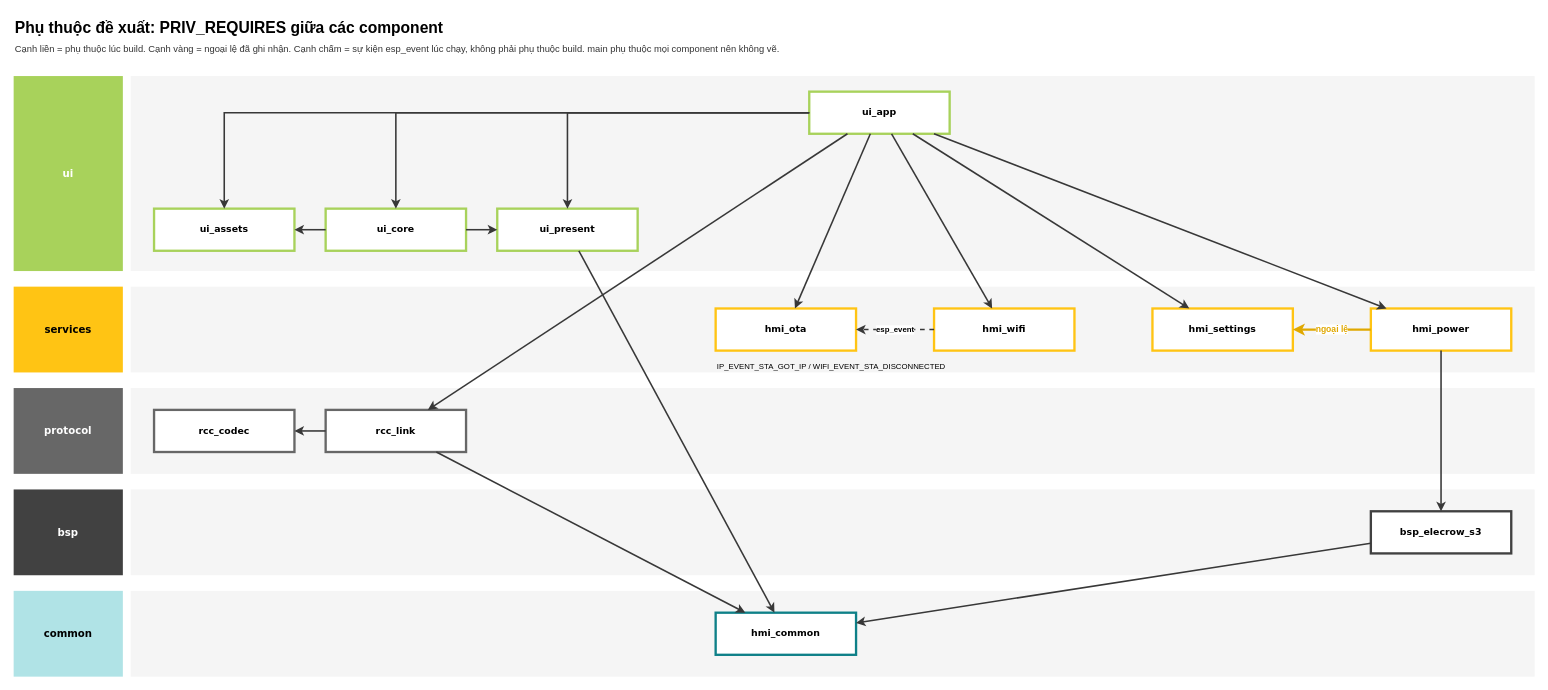
The draw.io diagram page "HMI FW 2b - Phụ thuộc đề xuất" (3 of 5) of assets/diagram.drawio in whoisLePhuc/Robot-Charge-Controller-HMI, before the edit. Source tidied: cells renumbered, new cells numbered last; positions are measured from the earlier drawing's top-left corner, leaving out a move shared by most shapes. Both pictures are drawn from the tidied source at 78%, with x=0, y=0 at pixel (13, 13).
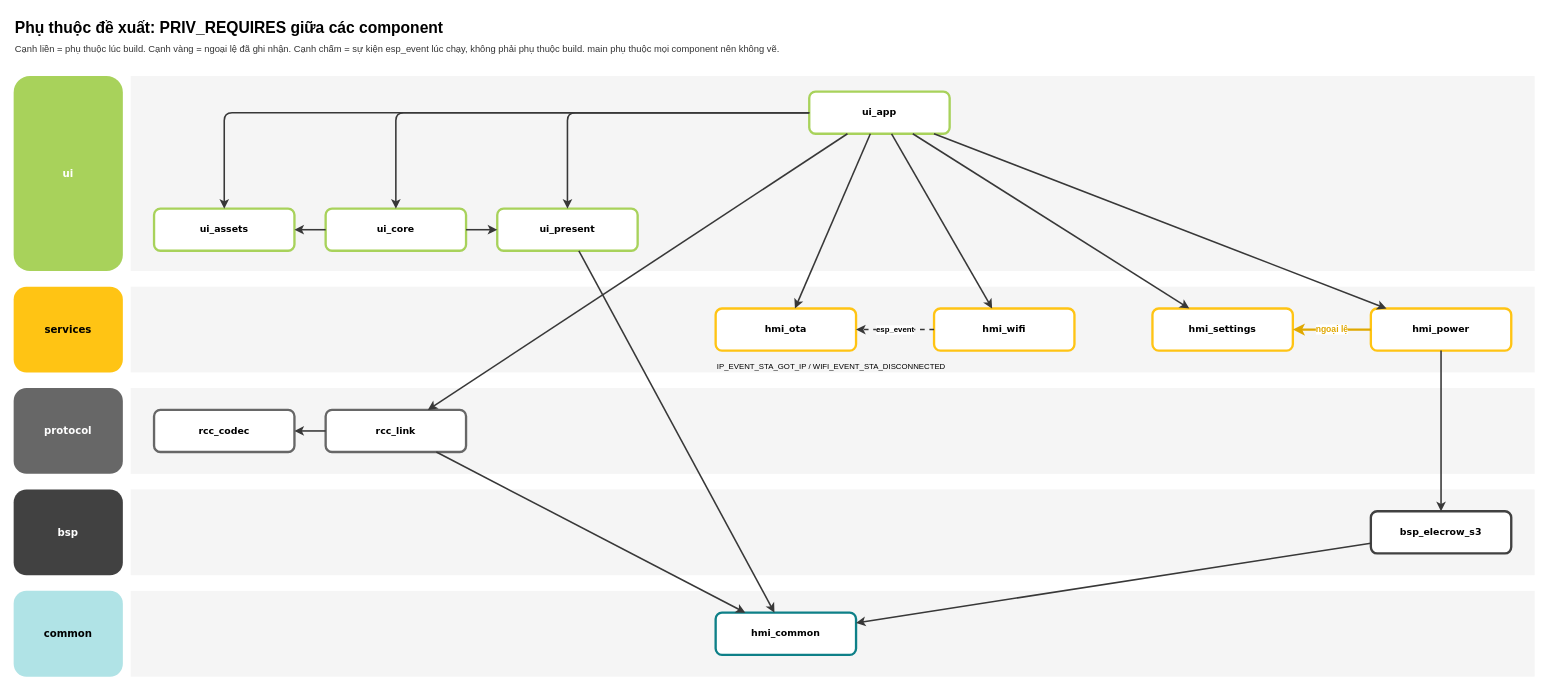
After the change.

The edit, as a diff of the source:
```diff
@@
-    <mxCell id="4" value="ui" style="rounded=0;whiteSpace=wrap;html=1;fillColor=light-dark(#a8d25b, #ededed);strokeColor=none;fontStyle=1;fontColor=light-dark(#ffffff, #ededed);fontFamily=Verdana;fontSize=13;" parent="1" vertex="1">
+    <mxCell id="4" value="ui" style="rounded=1;whiteSpace=wrap;html=1;fillColor=light-dark(#a8d25b, #ededed);strokeColor=none;fontStyle=1;fontColor=light-dark(#ffffff, #ededed);fontFamily=Verdana;fontSize=13;roundedPerimeter=1;" parent="1" vertex="1">
       <mxGeometry y="80" width="140" height="250" as="geometry" />
     </mxCell>
@@
-    <mxCell id="6" value="services" style="rounded=0;whiteSpace=wrap;html=1;fillColor=light-dark(#ffc414, #ededed);strokeColor=none;fontStyle=1;fontColor=light-dark(#000000, #ededed);fontFamily=Verdana;fontSize=13;" parent="1" vertex="1">
+    <mxCell id="6" value="services" style="rounded=1;whiteSpace=wrap;html=1;fillColor=light-dark(#ffc414, #ededed);strokeColor=none;fontStyle=1;fontColor=light-dark(#000000, #ededed);fontFamily=Verdana;fontSize=13;roundedPerimeter=1;" parent="1" vertex="1">
       <mxGeometry y="350" width="140" height="110" as="geometry" />
     </mxCell>
@@
-    <mxCell id="8" value="protocol" style="rounded=0;whiteSpace=wrap;html=1;fillColor=light-dark(#676767, #ededed);strokeColor=none;fontStyle=1;fontColor=light-dark(#ffffff, #ededed);fontFamily=Verdana;fontSize=13;" parent="1" vertex="1">
+    <mxCell id="8" value="protocol" style="rounded=1;whiteSpace=wrap;html=1;fillColor=light-dark(#676767, #ededed);strokeColor=none;fontStyle=1;fontColor=light-dark(#ffffff, #ededed);fontFamily=Verdana;fontSize=13;roundedPerimeter=1;" parent="1" vertex="1">
       <mxGeometry y="480" width="140" height="110" as="geometry" />
     </mxCell>
@@
-    <mxCell id="10" value="bsp" style="rounded=0;whiteSpace=wrap;html=1;fillColor=light-dark(#414141, #ededed);strokeColor=none;fontStyle=1;fontColor=light-dark(#ffffff, #ededed);fontFamily=Verdana;fontSize=13;" parent="1" vertex="1">
+    <mxCell id="10" value="bsp" style="rounded=1;whiteSpace=wrap;html=1;fillColor=light-dark(#414141, #ededed);strokeColor=none;fontStyle=1;fontColor=light-dark(#ffffff, #ededed);fontFamily=Verdana;fontSize=13;roundedPerimeter=1;" parent="1" vertex="1">
       <mxGeometry y="610" width="140" height="110" as="geometry" />
     </mxCell>
@@
-    <mxCell id="12" value="common" style="rounded=0;whiteSpace=wrap;html=1;fillColor=light-dark(#b0e3e6, #ededed);strokeColor=none;fontStyle=1;fontColor=light-dark(#000000, #ededed);fontFamily=Verdana;fontSize=13;" parent="1" vertex="1">
+    <mxCell id="12" value="common" style="rounded=1;whiteSpace=wrap;html=1;fillColor=light-dark(#b0e3e6, #ededed);strokeColor=none;fontStyle=1;fontColor=light-dark(#000000, #ededed);fontFamily=Verdana;fontSize=13;roundedPerimeter=1;" parent="1" vertex="1">
       <mxGeometry y="740" width="140" height="110" as="geometry" />
     </mxCell>
@@
-    <mxCell id="14" value="ui_app" style="rounded=0;whiteSpace=wrap;html=1;fillColor=default;strokeColor=#A8D25B;fontStyle=1;fontColor=light-dark(#000000,#EDEDED);fontFamily=Verdana;strokeWidth=3;fontSize=12;" parent="1" vertex="1">
+    <mxCell id="14" value="ui_app" style="rounded=1;whiteSpace=wrap;html=1;fillColor=default;strokeColor=#A8D25B;fontStyle=1;fontColor=light-dark(#000000,#EDEDED);fontFamily=Verdana;strokeWidth=3;fontSize=12;roundedPerimeter=1;" parent="1" vertex="1">
       <mxGeometry x="1020" y="100" width="180" height="54" as="geometry" />
     </mxCell>
-    <mxCell id="15" value="ui_assets" style="rounded=0;whiteSpace=wrap;html=1;fillColor=default;strokeColor=#A8D25B;fontStyle=1;fontColor=light-dark(#000000,#EDEDED);fontFamily=Verdana;strokeWidth=3;fontSize=12;" parent="1" vertex="1">
+    <mxCell id="15" value="ui_assets" style="rounded=1;whiteSpace=wrap;html=1;fillColor=default;strokeColor=#A8D25B;fontStyle=1;fontColor=light-dark(#000000,#EDEDED);fontFamily=Verdana;strokeWidth=3;fontSize=12;roundedPerimeter=1;" parent="1" vertex="1">
       <mxGeometry x="180" y="250" width="180" height="54" as="geometry" />
     </mxCell>
-    <mxCell id="16" value="ui_core" style="rounded=0;whiteSpace=wrap;html=1;fillColor=default;strokeColor=#A8D25B;fontStyle=1;fontColor=light-dark(#000000,#EDEDED);fontFamily=Verdana;strokeWidth=3;fontSize=12;" parent="1" vertex="1">
+    <mxCell id="16" value="ui_core" style="rounded=1;whiteSpace=wrap;html=1;fillColor=default;strokeColor=#A8D25B;fontStyle=1;fontColor=light-dark(#000000,#EDEDED);fontFamily=Verdana;strokeWidth=3;fontSize=12;roundedPerimeter=1;" parent="1" vertex="1">
       <mxGeometry x="400" y="250" width="180" height="54" as="geometry" />
     </mxCell>
-    <mxCell id="17" value="ui_present" style="rounded=0;whiteSpace=wrap;html=1;fillColor=default;strokeColor=#A8D25B;fontStyle=1;fontColor=light-dark(#000000,#EDEDED);fontFamily=Verdana;strokeWidth=3;fontSize=12;" parent="1" vertex="1">
+    <mxCell id="17" value="ui_present" style="rounded=1;whiteSpace=wrap;html=1;fillColor=default;strokeColor=#A8D25B;fontStyle=1;fontColor=light-dark(#000000,#EDEDED);fontFamily=Verdana;strokeWidth=3;fontSize=12;roundedPerimeter=1;" parent="1" vertex="1">
       <mxGeometry x="620" y="250" width="180" height="54" as="geometry" />
     </mxCell>
-    <mxCell id="18" value="hmi_ota" style="rounded=0;whiteSpace=wrap;html=1;fillColor=default;strokeColor=#ffc414;fontStyle=1;fontColor=light-dark(#000000,#EDEDED);fontFamily=Verdana;strokeWidth=3;fontSize=12;" parent="1" vertex="1">
+    <mxCell id="18" value="hmi_ota" style="rounded=1;whiteSpace=wrap;html=1;fillColor=default;strokeColor=#ffc414;fontStyle=1;fontColor=light-dark(#000000,#EDEDED);fontFamily=Verdana;strokeWidth=3;fontSize=12;roundedPerimeter=1;" parent="1" vertex="1">
       <mxGeometry x="900" y="378" width="180" height="54" as="geometry" />
     </mxCell>
-    <mxCell id="19" value="hmi_wifi" style="rounded=0;whiteSpace=wrap;html=1;fillColor=default;strokeColor=#ffc414;fontStyle=1;fontColor=light-dark(#000000,#EDEDED);fontFamily=Verdana;strokeWidth=3;fontSize=12;" parent="1" vertex="1">
+    <mxCell id="19" value="hmi_wifi" style="rounded=1;whiteSpace=wrap;html=1;fillColor=default;strokeColor=#ffc414;fontStyle=1;fontColor=light-dark(#000000,#EDEDED);fontFamily=Verdana;strokeWidth=3;fontSize=12;roundedPerimeter=1;" parent="1" vertex="1">
       <mxGeometry x="1180" y="378" width="180" height="54" as="geometry" />
     </mxCell>
-    <mxCell id="20" value="hmi_settings" style="rounded=0;whiteSpace=wrap;html=1;fillColor=default;strokeColor=#ffc414;fontStyle=1;fontColor=light-dark(#000000,#EDEDED);fontFamily=Verdana;strokeWidth=3;fontSize=12;" parent="1" vertex="1">
+    <mxCell id="20" value="hmi_settings" style="rounded=1;whiteSpace=wrap;html=1;fillColor=default;strokeColor=#ffc414;fontStyle=1;fontColor=light-dark(#000000,#EDEDED);fontFamily=Verdana;strokeWidth=3;fontSize=12;roundedPerimeter=1;" parent="1" vertex="1">
       <mxGeometry x="1460" y="378" width="180" height="54" as="geometry" />
     </mxCell>
-    <mxCell id="21" value="hmi_power" style="rounded=0;whiteSpace=wrap;html=1;fillColor=default;strokeColor=#ffc414;fontStyle=1;fontColor=light-dark(#000000,#EDEDED);fontFamily=Verdana;strokeWidth=3;fontSize=12;" parent="1" vertex="1">
+    <mxCell id="21" value="hmi_power" style="rounded=1;whiteSpace=wrap;html=1;fillColor=default;strokeColor=#ffc414;fontStyle=1;fontColor=light-dark(#000000,#EDEDED);fontFamily=Verdana;strokeWidth=3;fontSize=12;roundedPerimeter=1;" parent="1" vertex="1">
       <mxGeometry x="1740" y="378" width="180" height="54" as="geometry" />
     </mxCell>
-    <mxCell id="22" value="rcc_codec" style="rounded=0;whiteSpace=wrap;html=1;fillColor=default;strokeColor=#676767;fontStyle=1;fontColor=light-dark(#000000,#EDEDED);fontFamily=Verdana;strokeWidth=3;fontSize=12;" parent="1" vertex="1">
+    <mxCell id="22" value="rcc_codec" style="rounded=1;whiteSpace=wrap;html=1;fillColor=default;strokeColor=#676767;fontStyle=1;fontColor=light-dark(#000000,#EDEDED);fontFamily=Verdana;strokeWidth=3;fontSize=12;roundedPerimeter=1;" parent="1" vertex="1">
       <mxGeometry x="180" y="508" width="180" height="54" as="geometry" />
     </mxCell>
-    <mxCell id="23" value="rcc_link" style="rounded=0;whiteSpace=wrap;html=1;fillColor=default;strokeColor=#676767;fontStyle=1;fontColor=light-dark(#000000,#EDEDED);fontFamily=Verdana;strokeWidth=3;fontSize=12;" parent="1" vertex="1">
+    <mxCell id="23" value="rcc_link" style="rounded=1;whiteSpace=wrap;html=1;fillColor=default;strokeColor=#676767;fontStyle=1;fontColor=light-dark(#000000,#EDEDED);fontFamily=Verdana;strokeWidth=3;fontSize=12;roundedPerimeter=1;" parent="1" vertex="1">
       <mxGeometry x="400" y="508" width="180" height="54" as="geometry" />
     </mxCell>
-    <mxCell id="24" value="bsp_elecrow_s3" style="rounded=0;whiteSpace=wrap;html=1;fillColor=default;strokeColor=#414141;fontStyle=1;fontColor=light-dark(#000000,#EDEDED);fontFamily=Verdana;strokeWidth=3;fontSize=12;" parent="1" vertex="1">
+    <mxCell id="24" value="bsp_elecrow_s3" style="rounded=1;whiteSpace=wrap;html=1;fillColor=default;strokeColor=#414141;fontStyle=1;fontColor=light-dark(#000000,#EDEDED);fontFamily=Verdana;strokeWidth=3;fontSize=12;roundedPerimeter=1;" parent="1" vertex="1">
       <mxGeometry x="1740" y="638" width="180" height="54" as="geometry" />
     </mxCell>
-    <mxCell id="25" value="hmi_common" style="rounded=0;whiteSpace=wrap;html=1;fillColor=default;strokeColor=#0e8088;fontStyle=1;fontColor=light-dark(#000000,#EDEDED);fontFamily=Verdana;strokeWidth=3;fontSize=12;" parent="1" vertex="1">
+    <mxCell id="25" value="hmi_common" style="rounded=1;whiteSpace=wrap;html=1;fillColor=default;strokeColor=#0e8088;fontStyle=1;fontColor=light-dark(#000000,#EDEDED);fontFamily=Verdana;strokeWidth=3;fontSize=12;roundedPerimeter=1;" parent="1" vertex="1">
       <mxGeometry x="900" y="768" width="180" height="54" as="geometry" />
     </mxCell>
-    <mxCell id="26" style="edgeStyle=orthogonalEdgeStyle;rounded=0;jettySize=auto;html=1;strokeWidth=2;strokeColor=light-dark(#383838, #ededed);fontStyle=1;fontSize=11;labelBackgroundColor=default;endArrow=classic;exitX=0;exitY=0.5;exitDx=0;exitDy=0;entryX=0.5;entryY=0;entryDx=0;entryDy=0;" parent="1" edge="1" source="14" target="15">
+    <mxCell id="26" style="edgeStyle=orthogonalEdgeStyle;rounded=1;jettySize=auto;html=1;strokeWidth=2;strokeColor=light-dark(#383838, #ededed);fontStyle=1;fontSize=11;labelBackgroundColor=default;endArrow=classic;exitX=0;exitY=0.5;exitDx=0;exitDy=0;entryX=0.5;entryY=0;entryDx=0;entryDy=0;curved=0;" parent="1" edge="1" source="14" target="15">
       <mxGeometry relative="1" as="geometry" />
     </mxCell>
-    <mxCell id="27" style="edgeStyle=orthogonalEdgeStyle;rounded=0;jettySize=auto;html=1;strokeWidth=2;strokeColor=light-dark(#383838, #ededed);fontStyle=1;fontSize=11;labelBackgroundColor=default;endArrow=classic;exitX=0;exitY=0.5;exitDx=0;exitDy=0;entryX=0.5;entryY=0;entryDx=0;entryDy=0;" parent="1" edge="1" source="14" target="16">
+    <mxCell id="27" style="edgeStyle=orthogonalEdgeStyle;rounded=1;jettySize=auto;html=1;strokeWidth=2;strokeColor=light-dark(#383838, #ededed);fontStyle=1;fontSize=11;labelBackgroundColor=default;endArrow=classic;exitX=0;exitY=0.5;exitDx=0;exitDy=0;entryX=0.5;entryY=0;entryDx=0;entryDy=0;curved=0;" parent="1" edge="1" source="14" target="16">
       <mxGeometry relative="1" as="geometry" />
     </mxCell>
-    <mxCell id="28" style="edgeStyle=orthogonalEdgeStyle;rounded=0;jettySize=auto;html=1;strokeWidth=2;strokeColor=light-dark(#383838, #ededed);fontStyle=1;fontSize=11;labelBackgroundColor=default;endArrow=classic;exitX=0;exitY=0.5;exitDx=0;exitDy=0;entryX=0.5;entryY=0;entryDx=0;entryDy=0;" parent="1" edge="1" source="14" target="17">
+    <mxCell id="28" style="edgeStyle=orthogonalEdgeStyle;rounded=1;jettySize=auto;html=1;strokeWidth=2;strokeColor=light-dark(#383838, #ededed);fontStyle=1;fontSize=11;labelBackgroundColor=default;endArrow=classic;exitX=0;exitY=0.5;exitDx=0;exitDy=0;entryX=0.5;entryY=0;entryDx=0;entryDy=0;curved=0;" parent="1" edge="1" source="14" target="17">
       <mxGeometry relative="1" as="geometry" />
     </mxCell>
```
